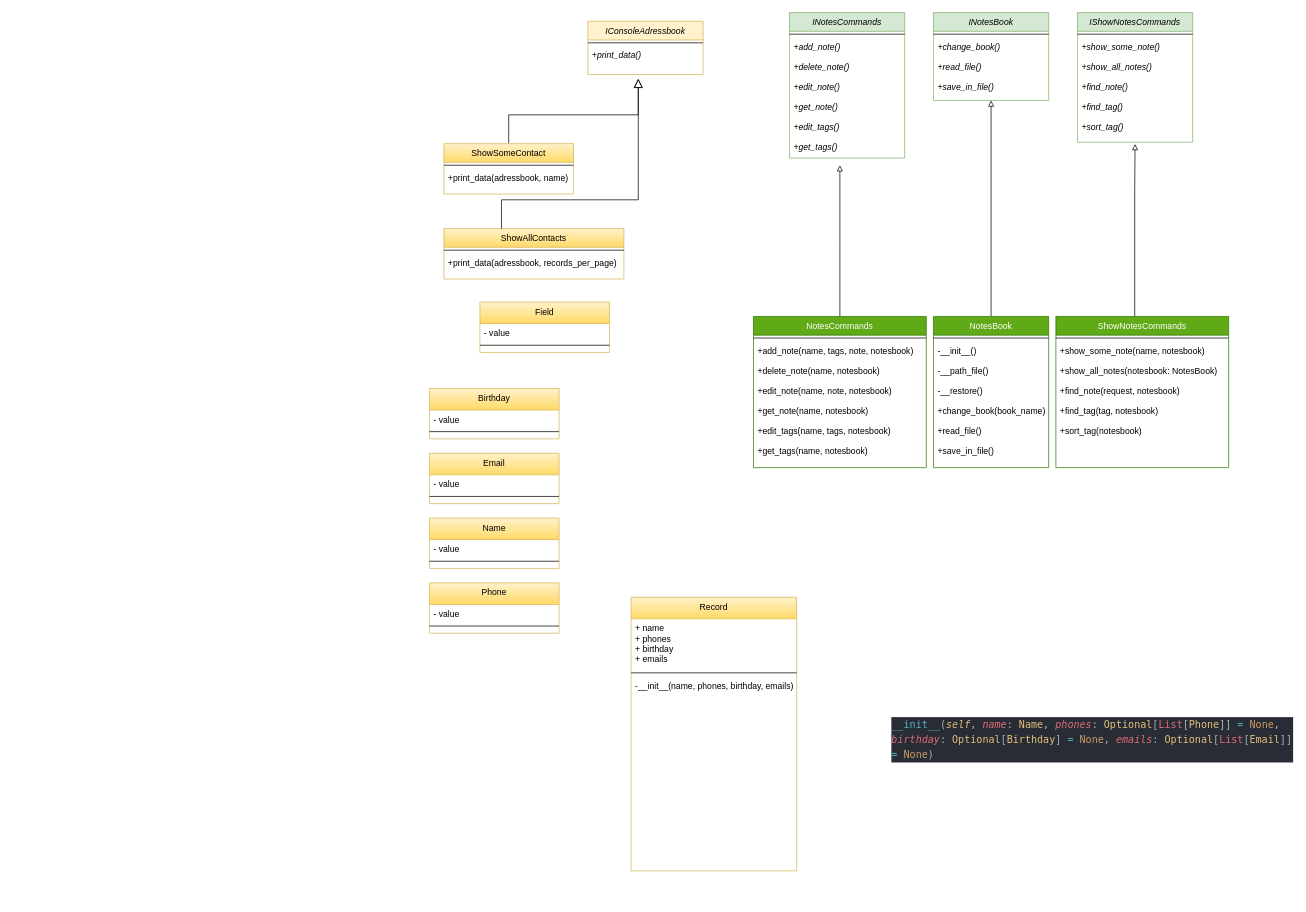
This is Диаграмма без названия.drawio from Raraot/github-pi, a draw.io file, before an edit. Source tidied: cells renumbered, new cells numbered last; positions are measured from the earlier drawing's top-left corner, leaving out a move shared by most shapes. Both pictures are drawn from the tidied source at 72%, with x=0, y=0 at pixel (429, 12).
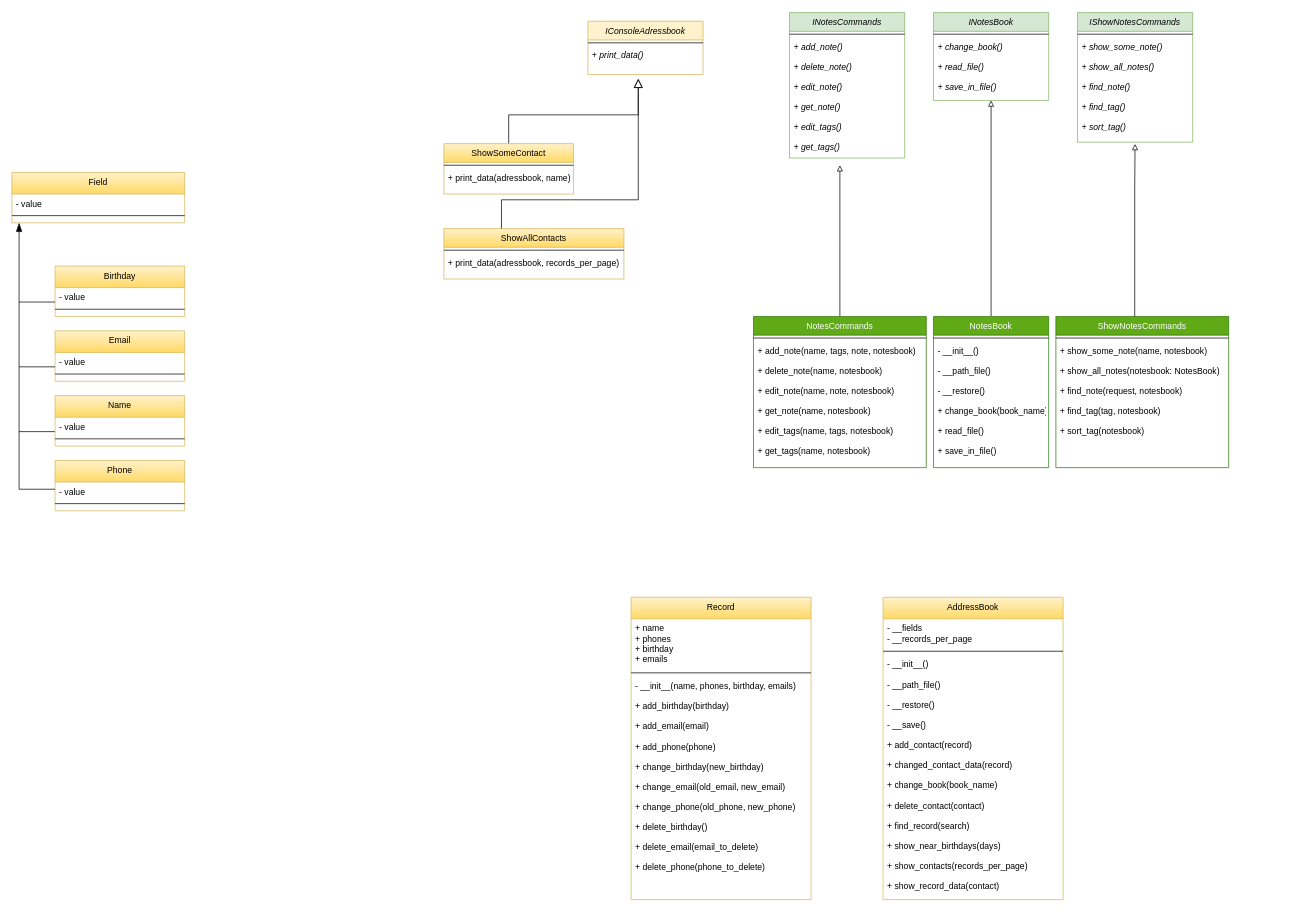
The same page after the edit.

Unchanged cells that the change refers to:
```xml
<mxCell id="3" value="INotesBook" style="swimlane;fontStyle=2;align=center;verticalAlign=top;horizontal=1;startSize=26;rounded=0;shadow=0;strokeWidth=1;fillColor=#d5e8d4;strokeColor=#82b366;" parent="1" vertex="1">
  <mxGeometry x="700" width="160" height="122" as="geometry" />
</mxCell>
<mxCell id="6" value="INotesCommands" style="swimlane;fontStyle=2;align=center;verticalAlign=top;horizontal=1;startSize=26;rounded=0;shadow=0;strokeWidth=1;fillColor=#d5e8d4;strokeColor=#82b366;" parent="1" vertex="1">
  <mxGeometry x="500" width="160" height="202" as="geometry" />
</mxCell>
<mxCell id="10" value="NotesBook" style="swimlane;fontStyle=0;align=center;verticalAlign=top;horizontal=1;startSize=26;rounded=0;shadow=0;strokeWidth=1;fillColor=#60a917;fontColor=#ffffff;strokeColor=#2D7600;" parent="1" vertex="1">
  <mxGeometry x="700" y="422" width="160" height="210" as="geometry" />
</mxCell>
<mxCell id="14" value="NotesCommands" style="swimlane;fontStyle=0;align=center;verticalAlign=top;horizontal=1;startSize=26;rounded=0;shadow=0;strokeWidth=1;fillColor=#60a917;fontColor=#ffffff;strokeColor=#2D7600;" parent="1" vertex="1">
  <mxGeometry x="450" y="422" width="240" height="210" as="geometry" />
</mxCell>
<mxCell id="17" value="IShowNotesCommands" style="swimlane;fontStyle=2;align=center;verticalAlign=top;horizontal=1;startSize=26;rounded=0;shadow=0;strokeWidth=1;fillColor=#d5e8d4;strokeColor=#82b366;" parent="1" vertex="1">
  <mxGeometry x="900" width="160" height="180" as="geometry" />
</mxCell>
<mxCell id="20" value="ShowNotesCommands" style="swimlane;fontStyle=0;align=center;verticalAlign=top;horizontal=1;startSize=26;rounded=0;shadow=0;strokeWidth=1;fillColor=#60a917;fontColor=#ffffff;strokeColor=#2D7600;" parent="1" vertex="1">
  <mxGeometry x="870" y="422" width="240" height="210" as="geometry" />
</mxCell>
<mxCell id="24" value="IConsoleAdressbook" style="swimlane;fontStyle=2;align=center;verticalAlign=top;horizontal=1;startSize=26;rounded=0;shadow=0;strokeWidth=1;fillColor=#fff2cc;strokeColor=#d6b656;" parent="1" vertex="1">
  <mxGeometry x="220" y="12" width="160" height="74" as="geometry" />
</mxCell>
<mxCell id="27" value="ShowSomeContact" style="swimlane;fontStyle=0;align=center;verticalAlign=top;horizontal=1;startSize=26;rounded=0;shadow=0;strokeWidth=1;fillColor=#fff2cc;strokeColor=#d6b656;gradientColor=#ffd966;" parent="1" vertex="1">
  <mxGeometry x="20" y="182" width="180" height="70" as="geometry" />
</mxCell>
<mxCell id="30" value="ShowAllContacts" style="swimlane;fontStyle=0;align=center;verticalAlign=top;horizontal=1;startSize=26;rounded=0;shadow=0;strokeWidth=1;fillColor=#fff2cc;strokeColor=#d6b656;gradientColor=#ffd966;" parent="1" vertex="1">
  <mxGeometry x="20" y="300" width="250" height="70" as="geometry" />
</mxCell>
<mxCell id="44" value="- value" style="text;align=left;verticalAlign=top;spacingLeft=4;spacingRight=4;overflow=hidden;points=[[0,0.5],[1,0.5]];portConstraint=eastwest;fontStyle=0;" parent="43" vertex="1">
  <mxGeometry y="30" width="180" height="20" as="geometry" />
</mxCell>
<mxCell id="47" value="- value" style="text;align=left;verticalAlign=top;spacingLeft=4;spacingRight=4;overflow=hidden;points=[[0,0.5],[1,0.5]];portConstraint=eastwest;fontStyle=0;" parent="46" vertex="1">
  <mxGeometry y="30" width="180" height="20" as="geometry" />
</mxCell>
```

Diff of the diagram source:
```diff
@@
-    <mxCell id="5" value="+change_book()&#10;&#10;+read_file()&#10;&#10;+save_in_file()" style="text;align=left;verticalAlign=top;spacingLeft=4;spacingRight=4;overflow=hidden;fontStyle=2;" parent="3" vertex="1">
+    <mxCell id="5" value="+ change_book()&#10;&#10;+ read_file()&#10;&#10;+ save_in_file()" style="text;align=left;verticalAlign=top;spacingLeft=4;spacingRight=4;overflow=hidden;fontStyle=2;" parent="3" vertex="1">
       <mxGeometry y="34" width="160" height="80" as="geometry" />
     </mxCell>
@@
-    <mxCell id="8" value="+add_note()&#10;&#10;+delete_note()&#10;&#10;+edit_note()&#10;&#10;+get_note()&#10;&#10;+edit_tags()&#10;&#10;+get_tags()" style="text;align=left;verticalAlign=top;spacingLeft=4;spacingRight=4;overflow=hidden;fontStyle=2;" parent="6" vertex="1">
+    <mxCell id="8" value="+ add_note()&#10;&#10;+ delete_note()&#10;&#10;+ edit_note()&#10;&#10;+ get_note()&#10;&#10;+ edit_tags()&#10;&#10;+ get_tags()" style="text;align=left;verticalAlign=top;spacingLeft=4;spacingRight=4;overflow=hidden;fontStyle=2;" parent="6" vertex="1">
       <mxGeometry y="34" width="160" height="166" as="geometry" />
     </mxCell>
@@
-    <mxCell id="12" value="-__init__()&#10;&#10;-__path_file()&#10;&#10;-__restore()&#10;&#10;+change_book(book_name)&#10;&#10;+read_file()&#10;&#10;+save_in_file()" style="text;align=left;verticalAlign=top;spacingLeft=4;spacingRight=4;overflow=hidden;fontStyle=0;" parent="10" vertex="1">
+    <mxCell id="12" value="- __init__()&#10;&#10;- __path_file()&#10;&#10;- __restore()&#10;&#10;+ change_book(book_name)&#10;&#10;+ read_file()&#10;&#10;+ save_in_file()" style="text;align=left;verticalAlign=top;spacingLeft=4;spacingRight=4;overflow=hidden;fontStyle=0;" parent="10" vertex="1">
       <mxGeometry y="34" width="160" height="166" as="geometry" />
     </mxCell>
@@
-    <mxCell id="16" value="+add_note(name, tags, note, notesbook)&#10;&#10;+delete_note(name, notesbook)&#10;&#10;+edit_note(name, note, notesbook)&#10;&#10;+get_note(name,  notesbook)&#10;&#10;+edit_tags(name, tags, notesbook)&#10;&#10;+get_tags(name,  notesbook)" style="text;align=left;verticalAlign=top;spacingLeft=4;spacingRight=4;overflow=hidden;fontStyle=0;" parent="14" vertex="1">
+    <mxCell id="16" value="+ add_note(name, tags, note, notesbook)&#10;&#10;+ delete_note(name, notesbook)&#10;&#10;+ edit_note(name, note, notesbook)&#10;&#10;+ get_note(name,  notesbook)&#10;&#10;+ edit_tags(name, tags, notesbook)&#10;&#10;+ get_tags(name,  notesbook)" style="text;align=left;verticalAlign=top;spacingLeft=4;spacingRight=4;overflow=hidden;fontStyle=0;" parent="14" vertex="1">
       <mxGeometry y="34" width="240" height="176" as="geometry" />
     </mxCell>
@@
-    <mxCell id="19" value="+show_some_note()&#10;&#10;+show_all_notes()&#10;&#10;+find_note()&#10;&#10;+find_tag()&#10;&#10;+sort_tag()" style="text;align=left;verticalAlign=top;spacingLeft=4;spacingRight=4;overflow=hidden;points=[[0,0.5],[1,0.5]];portConstraint=eastwest;fontStyle=2;" parent="17" vertex="1">
+    <mxCell id="19" value="+ show_some_note()&#10;&#10;+ show_all_notes()&#10;&#10;+ find_note()&#10;&#10;+ find_tag()&#10;&#10;+ sort_tag()" style="text;align=left;verticalAlign=top;spacingLeft=4;spacingRight=4;overflow=hidden;points=[[0,0.5],[1,0.5]];portConstraint=eastwest;fontStyle=2;" parent="17" vertex="1">
       <mxGeometry y="34" width="160" height="146" as="geometry" />
     </mxCell>
@@
-    <mxCell id="22" value="+show_some_note(name,  notesbook)&#10;&#10;+show_all_notes(notesbook: NotesBook)&#10;&#10;+find_note(request, notesbook)&#10;&#10;+find_tag(tag, notesbook)&#10;&#10;+sort_tag(notesbook)" style="text;align=left;verticalAlign=top;spacingLeft=4;spacingRight=4;overflow=hidden;fontStyle=0;" parent="20" vertex="1">
+    <mxCell id="22" value="+ show_some_note(name,  notesbook)&#10;&#10;+ show_all_notes(notesbook: NotesBook)&#10;&#10;+ find_note(request, notesbook)&#10;&#10;+ find_tag(tag, notesbook)&#10;&#10;+ sort_tag(notesbook)" style="text;align=left;verticalAlign=top;spacingLeft=4;spacingRight=4;overflow=hidden;fontStyle=0;" parent="20" vertex="1">
       <mxGeometry y="34" width="240" height="176" as="geometry" />
     </mxCell>
@@
-    <mxCell id="26" value="+print_data()" style="text;align=left;verticalAlign=top;spacingLeft=4;spacingRight=4;overflow=hidden;fontStyle=2;" parent="24" vertex="1">
+    <mxCell id="26" value="+ print_data()" style="text;align=left;verticalAlign=top;spacingLeft=4;spacingRight=4;overflow=hidden;fontStyle=2;" parent="24" vertex="1">
       <mxGeometry y="34" width="160" height="36" as="geometry" />
     </mxCell>
@@
-    <mxCell id="29" value="+print_data(adressbook, name)" style="text;align=left;verticalAlign=top;spacingLeft=4;spacingRight=4;overflow=hidden;fontStyle=0;" parent="27" vertex="1">
+    <mxCell id="29" value="+ print_data(adressbook, name)" style="text;align=left;verticalAlign=top;spacingLeft=4;spacingRight=4;overflow=hidden;fontStyle=0;" parent="27" vertex="1">
       <mxGeometry y="34" width="180" height="36" as="geometry" />
     </mxCell>
@@
-    <mxCell id="32" value="+print_data(adressbook, records_per_page)" style="text;align=left;verticalAlign=top;spacingLeft=4;spacingRight=4;overflow=hidden;fontStyle=0;" parent="30" vertex="1">
+    <mxCell id="32" value="+ print_data(adressbook, records_per_page)" style="text;align=left;verticalAlign=top;spacingLeft=4;spacingRight=4;overflow=hidden;fontStyle=0;" parent="30" vertex="1">
       <mxGeometry y="34" width="250" height="36" as="geometry" />
     </mxCell>
@@
     <mxCell id="34" value="Field" style="swimlane;fontStyle=0;align=center;verticalAlign=top;horizontal=1;startSize=30;rounded=0;shadow=0;strokeWidth=1;fillColor=#fff2cc;strokeColor=#d6b656;gradientColor=#ffd966;" parent="1" vertex="1">
-      <mxGeometry x="70" y="402" width="180" height="70" as="geometry" />
+      <mxGeometry x="-580" y="222" width="240" height="70" as="geometry" />
     </mxCell>
     <mxCell id="35" value="- value" style="text;align=left;verticalAlign=top;spacingLeft=4;spacingRight=4;overflow=hidden;fontStyle=0;" parent="34" vertex="1">
-      <mxGeometry y="30" width="180" height="20" as="geometry" />
+      <mxGeometry y="30" width="240" height="20" as="geometry" />
     </mxCell>
     <mxCell id="36" style="line;html=1;strokeWidth=1;align=left;verticalAlign=middle;spacingTop=-1;spacingLeft=3;spacingRight=3;labelPosition=right;" parent="34" vertex="1">
-      <mxGeometry y="50" width="180" height="20" as="geometry" />
+      <mxGeometry y="50" width="240" height="20" as="geometry" />
     </mxCell>
     <mxCell id="37" value="Birthday" style="swimlane;fontStyle=0;align=center;verticalAlign=top;horizontal=1;startSize=30;rounded=0;shadow=0;strokeWidth=1;fillColor=#fff2cc;strokeColor=#d6b656;gradientColor=#ffd966;" parent="1" vertex="1">
-      <mxGeometry y="522" width="180" height="70" as="geometry" />
+      <mxGeometry x="-520" y="352" width="180" height="70" as="geometry" />
     </mxCell>
@@
     <mxCell id="40" value="Email" style="swimlane;fontStyle=0;align=center;verticalAlign=top;horizontal=1;startSize=30;rounded=0;shadow=0;strokeWidth=1;fillColor=#fff2cc;strokeColor=#d6b656;gradientColor=#ffd966;" parent="1" vertex="1">
-      <mxGeometry y="612" width="180" height="70" as="geometry" />
+      <mxGeometry x="-520" y="442" width="180" height="70" as="geometry" />
     </mxCell>
@@
     <mxCell id="43" value="Name" style="swimlane;fontStyle=0;align=center;verticalAlign=top;horizontal=1;startSize=30;rounded=0;shadow=0;strokeWidth=1;fillColor=#fff2cc;strokeColor=#d6b656;gradientColor=#ffd966;" parent="1" vertex="1">
-      <mxGeometry y="702" width="180" height="70" as="geometry" />
+      <mxGeometry x="-520" y="532" width="180" height="70" as="geometry" />
     </mxCell>
@@
     <mxCell id="46" value="Phone" style="swimlane;fontStyle=0;align=center;verticalAlign=top;horizontal=1;startSize=30;rounded=0;shadow=0;strokeWidth=1;fillColor=#fff2cc;strokeColor=#d6b656;gradientColor=#ffd966;" parent="1" vertex="1">
-      <mxGeometry y="792" width="180" height="70" as="geometry" />
+      <mxGeometry x="-520" y="622" width="180" height="70" as="geometry" />
     </mxCell>
@@
     <mxCell id="49" value="Record" style="swimlane;fontStyle=0;align=center;verticalAlign=top;horizontal=1;startSize=30;rounded=0;shadow=0;strokeWidth=1;fillColor=#fff2cc;strokeColor=#d6b656;gradientColor=#ffd966;" parent="1" vertex="1">
-      <mxGeometry x="280" y="812" width="230" height="380" as="geometry" />
+      <mxGeometry x="280" y="812" width="250" height="420" as="geometry" />
     </mxCell>
     <mxCell id="50" value="+ name&#10;+ phones&#10;+ birthday&#10;+ emails" style="text;align=left;verticalAlign=top;spacingLeft=4;spacingRight=4;overflow=hidden;fontStyle=0;" parent="49" vertex="1">
-      <mxGeometry y="30" width="230" height="70" as="geometry" />
+      <mxGeometry y="30" width="250" height="70" as="geometry" />
     </mxCell>
     <mxCell id="51" style="line;html=1;strokeWidth=1;align=left;verticalAlign=middle;spacingTop=-1;spacingLeft=3;spacingRight=3;labelPosition=right;" parent="49" vertex="1">
-      <mxGeometry y="100" width="230" height="10" as="geometry" />
+      <mxGeometry y="100" width="250" height="10" as="geometry" />
     </mxCell>
-    <mxCell id="52" value="-__init__(name, phones, birthday, emails)" style="text;align=left;verticalAlign=top;spacingLeft=4;spacingRight=4;overflow=hidden;fontStyle=0;" parent="49" vertex="1">
-      <mxGeometry y="110" width="230" height="106" as="geometry" />
+    <mxCell id="52" value="- __init__(name, phones, birthday, emails)&#10;&#10;+ add_birthday(birthday)&#10;&#10;+ add_email(email)&#10;&#10;+ add_phone(phone)&#10;&#10;+ change_birthday(new_birthday)&#10;&#10;+ change_email(old_email, new_email)&#10;&#10;+ change_phone(old_phone, new_phone)&#10;&#10;+ delete_birthday()&#10;&#10;+ delete_email(email_to_delete)&#10;&#10;+ delete_phone(phone_to_delete)" style="text;align=left;verticalAlign=top;spacingLeft=4;spacingRight=4;overflow=hidden;fontStyle=0;" parent="49" vertex="1">
+      <mxGeometry y="110" width="250" height="280" as="geometry" />
     </mxCell>
-    <mxCell id="53" value="&lt;div style=&quot;color: rgb(171, 178, 191); background-color: rgb(40, 44, 52); font-family: Menlo, Monaco, &amp;quot;Courier New&amp;quot;, monospace; font-weight: normal; font-size: 14px; line-height: 21px;&quot;&gt;&lt;div&gt;&lt;span style=&quot;color: #56b6c2;&quot;&gt;__init__&lt;/span&gt;&lt;span style=&quot;color: #abb2bf;&quot;&gt;(&lt;/span&gt;&lt;span style=&quot;color: #e5c07b;font-style: italic;&quot;&gt;self&lt;/span&gt;&lt;span style=&quot;color: #abb2bf;&quot;&gt;, &lt;/span&gt;&lt;span style=&quot;color: #e06c75;font-style: italic;&quot;&gt;name&lt;/span&gt;&lt;span style=&quot;color: #abb2bf;&quot;&gt;: &lt;/span&gt;&lt;span style=&quot;color: #e5c07b;&quot;&gt;Name&lt;/span&gt;&lt;span style=&quot;color: #abb2bf;&quot;&gt;, &lt;/span&gt;&lt;span style=&quot;color: #e06c75;font-style: italic;&quot;&gt;phones&lt;/span&gt;&lt;span style=&quot;color: #abb2bf;&quot;&gt;: &lt;/span&gt;&lt;span style=&quot;color: #e5c07b;&quot;&gt;Optional&lt;/span&gt;&lt;span style=&quot;color: #abb2bf;&quot;&gt;[&lt;/span&gt;&lt;span style=&quot;color: #e06c75;&quot;&gt;List&lt;/span&gt;&lt;span style=&quot;color: #abb2bf;&quot;&gt;[&lt;/span&gt;&lt;span style=&quot;color: #e5c07b;&quot;&gt;Phone&lt;/span&gt;&lt;span style=&quot;color: #abb2bf;&quot;&gt;]] &lt;/span&gt;&lt;span style=&quot;color: #56b6c2;&quot;&gt;=&lt;/span&gt;&lt;span style=&quot;color: #abb2bf;&quot;&gt; &lt;/span&gt;&lt;span style=&quot;color: #d19a66;&quot;&gt;None&lt;/span&gt;&lt;span style=&quot;color: #abb2bf;&quot;&gt;,&lt;/span&gt;&lt;/div&gt;&lt;div&gt;&lt;span style=&quot;color: #abb2bf;&quot;&gt;                 &lt;/span&gt;&lt;span style=&quot;color: #e06c75;font-style: italic;&quot;&gt;birthday&lt;/span&gt;&lt;span style=&quot;color: #abb2bf;&quot;&gt;: &lt;/span&gt;&lt;span style=&quot;color: #e5c07b;&quot;&gt;Optional&lt;/span&gt;&lt;span style=&quot;color: #abb2bf;&quot;&gt;[&lt;/span&gt;&lt;span style=&quot;color: #e5c07b;&quot;&gt;Birthday&lt;/span&gt;&lt;span style=&quot;color: #abb2bf;&quot;&gt;] &lt;/span&gt;&lt;span style=&quot;color: #56b6c2;&quot;&gt;=&lt;/span&gt;&lt;span style=&quot;color: #abb2bf;&quot;&gt; &lt;/span&gt;&lt;span style=&quot;color: #d19a66;&quot;&gt;None&lt;/span&gt;&lt;span style=&quot;color: #abb2bf;&quot;&gt;, &lt;/span&gt;&lt;span style=&quot;color: #e06c75;font-style: italic;&quot;&gt;emails&lt;/span&gt;&lt;span style=&quot;color: #abb2bf;&quot;&gt;: &lt;/span&gt;&lt;span style=&quot;color: #e5c07b;&quot;&gt;Optional&lt;/span&gt;&lt;span style=&quot;color: #abb2bf;&quot;&gt;[&lt;/span&gt;&lt;span style=&quot;color: #e06c75;&quot;&gt;List&lt;/span&gt;&lt;span style=&quot;color: #abb2bf;&quot;&gt;[&lt;/span&gt;&lt;span style=&quot;color: #e5c07b;&quot;&gt;Email&lt;/span&gt;&lt;span style=&quot;color: #abb2bf;&quot;&gt;]] &lt;/span&gt;&lt;span style=&quot;color: #56b6c2;&quot;&gt;=&lt;/span&gt;&lt;span style=&quot;color: #abb2bf;&quot;&gt; &lt;/span&gt;&lt;span style=&quot;color: #d19a66;&quot;&gt;None&lt;/span&gt;&lt;span style=&quot;color: #abb2bf;&quot;&gt;)&lt;/span&gt;&lt;/div&gt;&lt;/div&gt;" style="text;whiteSpace=wrap;html=1;" parent="1" vertex="1">
-      <mxGeometry x="640" y="972" width="560" height="110" as="geometry" />
-    </mxCell>
+    <mxCell id="54" value="AddressBook" style="swimlane;fontStyle=0;align=center;verticalAlign=top;horizontal=1;startSize=30;rounded=0;shadow=0;strokeWidth=1;fillColor=#fff2cc;strokeColor=#d6b656;gradientColor=#ffd966;" parent="1" vertex="1">
+      <mxGeometry x="630" y="812" width="250" height="420" as="geometry" />
+    </mxCell>
+    <mxCell id="55" value="- __fields&#10;- __records_per_page" style="text;align=left;verticalAlign=top;spacingLeft=4;spacingRight=4;overflow=hidden;fontStyle=0;" parent="54" vertex="1">
+      <mxGeometry y="30" width="250" height="40" as="geometry" />
+    </mxCell>
+    <mxCell id="56" style="line;html=1;strokeWidth=1;align=left;verticalAlign=middle;spacingTop=-1;spacingLeft=3;spacingRight=3;labelPosition=right;" parent="54" vertex="1">
+      <mxGeometry y="70" width="250" height="10" as="geometry" />
+    </mxCell>
+    <mxCell id="57" value="- __init__()&#10;&#10;- __path_file()&#10;&#10;- __restore()&#10;&#10;- __save()&#10;&#10;+ add_contact(record)&#10;&#10;+ changed_contact_data(record)&#10;&#10;+ change_book(book_name)&#10;&#10;+ delete_contact(contact)&#10;&#10;+ find_record(search)&#10;&#10;+ show_near_birthdays(days)&#10;&#10;+ show_contacts(records_per_page)&#10;&#10;+ show_record_data(contact)" style="text;align=left;verticalAlign=top;spacingLeft=4;spacingRight=4;overflow=hidden;fontStyle=0;" parent="54" vertex="1">
+      <mxGeometry y="80" width="250" height="340" as="geometry" />
+    </mxCell>
+    <mxCell id="58" style="endArrow=blockThin;endSize=10;endFill=1;shadow=0;strokeWidth=1;rounded=0;edgeStyle=elbowEdgeStyle;elbow=vertical;" parent="1" edge="1">
+      <mxGeometry relative="1" as="geometry">
+        <mxPoint x="-570" y="662" as="sourcePoint" />
+        <mxPoint x="-570" y="292" as="targetPoint" />
+        <Array as="points">
+          <mxPoint x="-650" y="460" />
+        </Array>
+      </mxGeometry>
+    </mxCell>
+    <mxCell id="59" style="endArrow=none;html=1;rounded=0;entryX=0;entryY=0.5;entryDx=0;entryDy=0;" parent="1" edge="1" target="47">
+      <mxGeometry relative="1" as="geometry">
+        <mxPoint x="-570" y="662" as="sourcePoint" />
+      </mxGeometry>
+    </mxCell>
+    <mxCell id="60" style="endArrow=none;html=1;rounded=0;entryX=-0.001;entryY=1;entryDx=0;entryDy=0;entryPerimeter=0;" parent="1" edge="1" target="44">
+      <mxGeometry relative="1" as="geometry">
+        <mxPoint x="-570" y="582" as="sourcePoint" />
+      </mxGeometry>
+    </mxCell>
+    <mxCell id="61" style="endArrow=none;html=1;rounded=0;entryX=0;entryY=0.5;entryDx=0;entryDy=0;" parent="1" edge="1">
+      <mxGeometry relative="1" as="geometry">
+        <mxPoint x="-570" y="492" as="sourcePoint" />
+        <mxPoint x="-520" y="492" as="targetPoint" />
+      </mxGeometry>
+    </mxCell>
+    <mxCell id="62" style="endArrow=none;html=1;rounded=0;entryX=0;entryY=0.5;entryDx=0;entryDy=0;" parent="1" edge="1">
+      <mxGeometry relative="1" as="geometry">
+        <mxPoint x="-570" y="402" as="sourcePoint" />
+        <mxPoint x="-520" y="402" as="targetPoint" />
+      </mxGeometry>
+    </mxCell>
```
